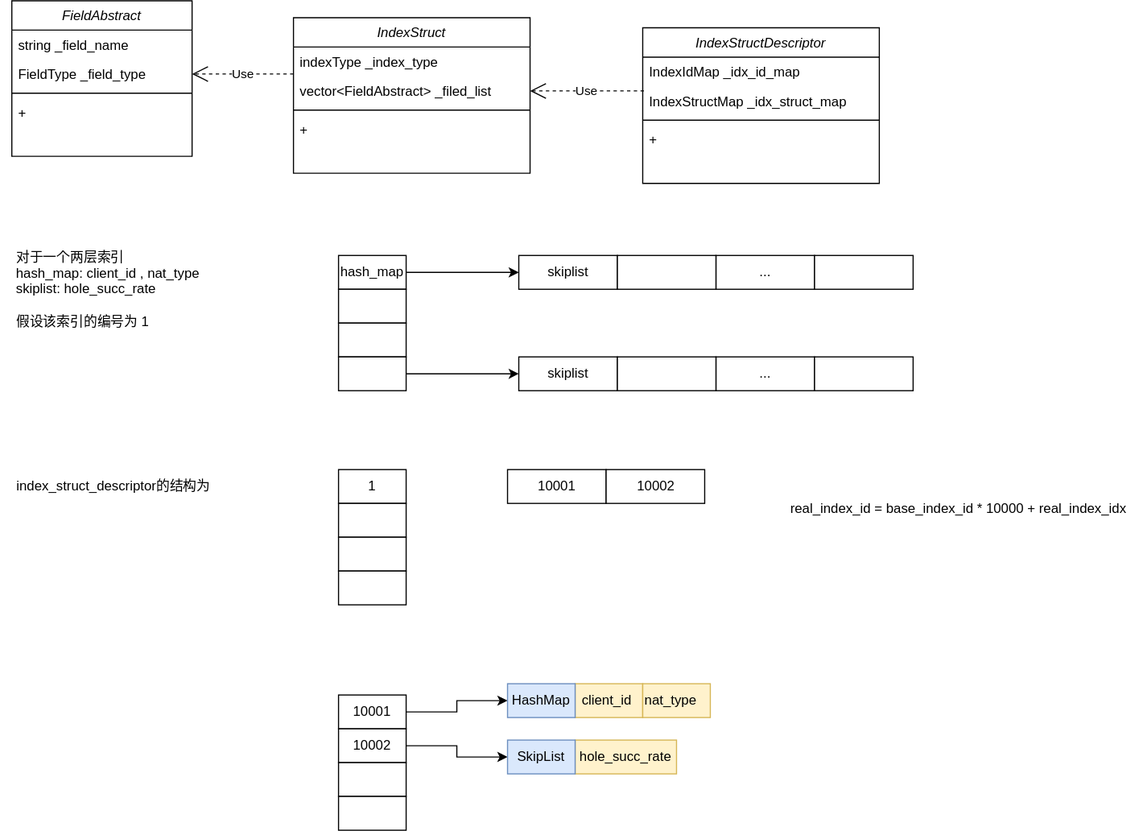
Earlier version of the draw.io export index_struct模块设计.drawio.svg (gaochenxi/drawio). Source tidied: cells renumbered, new cells last; positions are measured from the earlier drawing's top-left corner, leaving out a move shared by most shapes.
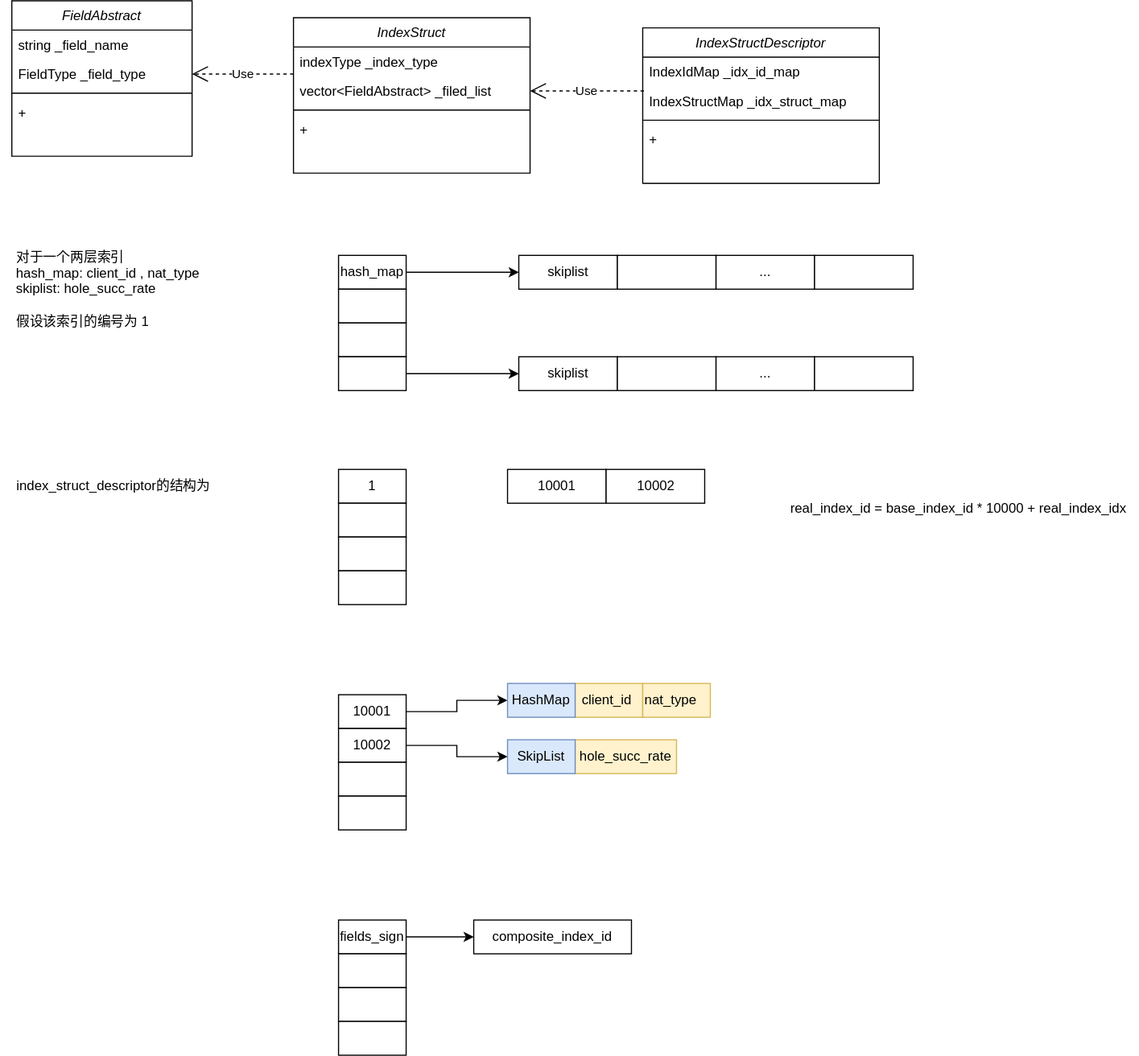
The same file after the commit.

Commit message:
更新index_struct模块设计.drawio.svg

Diff of the diagram source:
```diff
@@ -173,5 +173,26 @@
     <mxCell id="58" value="&lt;div style=&quot;text-align: left;&quot;&gt;real_index_id = base_index_id * 10000 + real_index_idx&lt;/div&gt;" style="text;html=1;align=center;verticalAlign=middle;strokeColor=none;fillColor=none;" parent="1" vertex="1">
       <mxGeometry x="690" y="436" width="320" height="30" as="geometry" />
     </mxCell>
+    <mxCell id="59" style="group;" parent="1" vertex="1">
+      <mxGeometry x="300" y="816" width="60" height="120" as="geometry" />
+    </mxCell>
+    <mxCell id="60" value="fields_sign" style="rounded=0;whiteSpace=wrap;html=1;" parent="59" vertex="1">
+      <mxGeometry width="60" height="30" as="geometry" />
+    </mxCell>
+    <mxCell id="61" style="rounded=0;whiteSpace=wrap;html=1;" parent="59" vertex="1">
+      <mxGeometry y="30" width="60" height="30" as="geometry" />
+    </mxCell>
+    <mxCell id="62" style="rounded=0;whiteSpace=wrap;html=1;" parent="59" vertex="1">
+      <mxGeometry y="60" width="60" height="30" as="geometry" />
+    </mxCell>
+    <mxCell id="63" style="rounded=0;whiteSpace=wrap;html=1;" parent="59" vertex="1">
+      <mxGeometry y="90" width="60" height="30" as="geometry" />
+    </mxCell>
+    <mxCell id="64" value="composite_index_id" style="rounded=0;whiteSpace=wrap;html=1;" parent="1" vertex="1">
+      <mxGeometry x="420" y="816" width="140" height="30" as="geometry" />
+    </mxCell>
+    <mxCell id="65" style="endArrow=classic;html=1;rounded=0;edgeStyle=elbowEdgeStyle;entryX=0;entryY=0.5;entryDx=0;entryDy=0;exitX=1;exitY=0.5;exitDx=0;exitDy=0;" parent="1" edge="1" source="60" target="64">
+      <mxGeometry relative="1" as="geometry" />
+    </mxCell>
   </root>
 </mxGraphModel>
```
